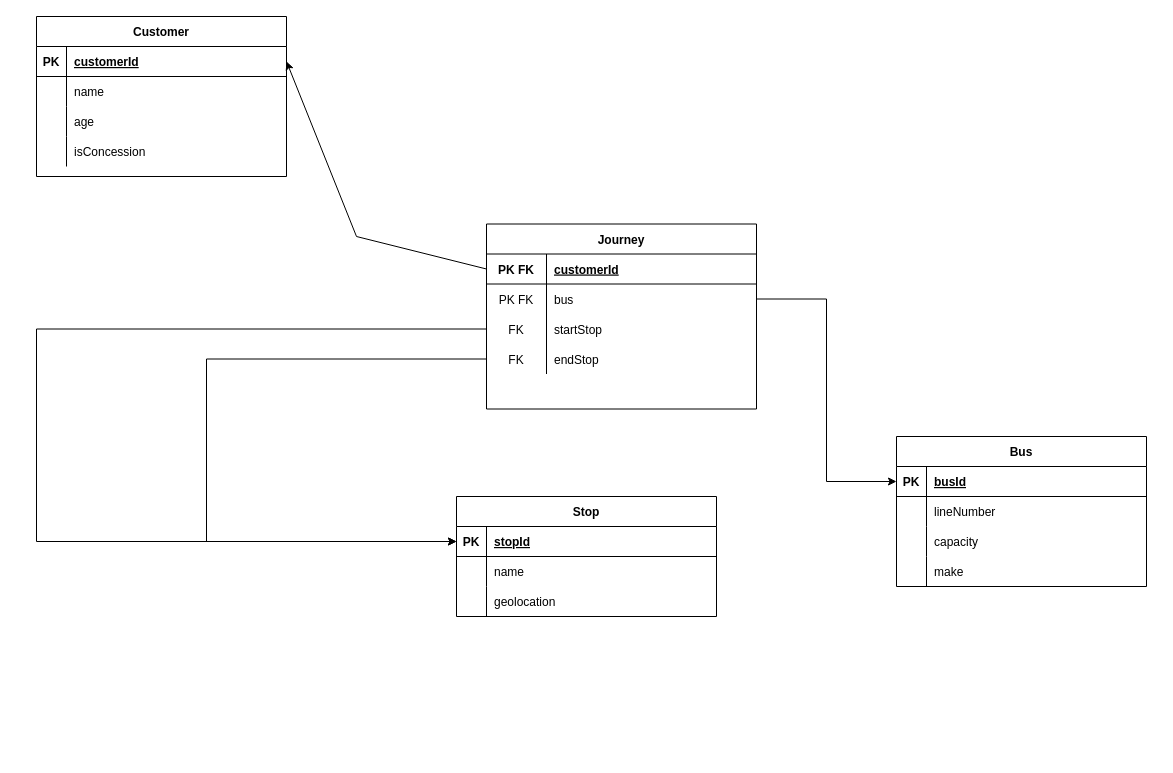
Before: Untitled Diagram.drawio in Stanford-Peng/GovHack-DynamicPricing, a draw.io diagram. Source tidied: cells renumbered, new cells numbered last; positions are measured from the earlier drawing's top-left corner, leaving out a move shared by most shapes. Both pictures are drawn from the tidied source at 100%, with x=0, y=0 at pixel (36, 16).
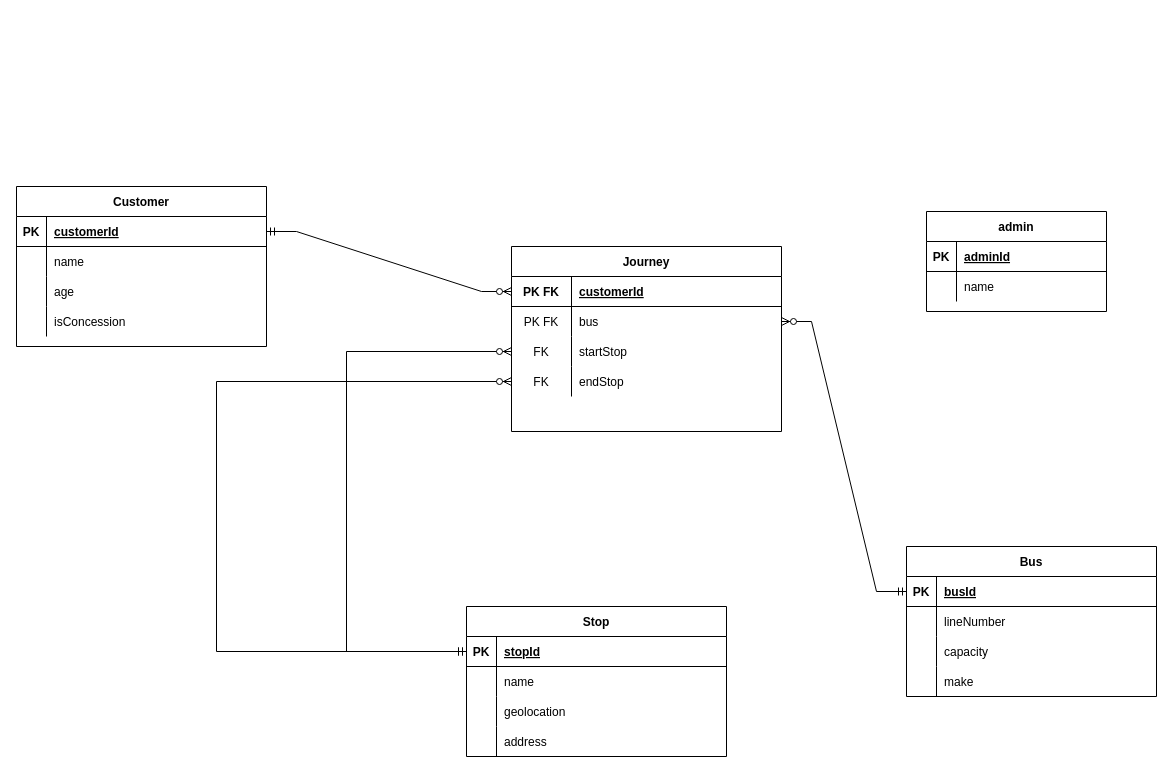
The same diagram, later.

The change refers to these unchanged cells:
```xml
<mxCell id="3" style="shape=partialRectangle;fillColor=none;points=[[0,0.5],[1,0.5]];portConstraint=eastwest;top=0;left=0;right=0;bottom=1;" parent="2" vertex="1">
  <mxGeometry y="30" width="260" height="30" as="geometry" />
</mxCell>
<mxCell id="13" style="shape=partialRectangle;fillColor=none;points=[[0,0.5],[1,0.5]];portConstraint=eastwest;top=0;left=0;right=0;bottom=1;" parent="12" vertex="1">
  <mxGeometry y="30" width="250" height="30" as="geometry" />
</mxCell>
<mxCell id="26" style="shape=partialRectangle;fillColor=none;points=[[0,0.5],[1,0.5]];portConstraint=eastwest;top=0;left=0;right=0;bottom=1;" parent="25" vertex="1">
  <mxGeometry y="30" width="270" height="30" as="geometry" />
</mxCell>
<mxCell id="29" style="shape=partialRectangle;fillColor=none;points=[[0,0.5],[1,0.5]];portConstraint=eastwest;top=0;left=0;right=0;bottom=0;" parent="25" vertex="1">
  <mxGeometry y="60" width="270" height="30" as="geometry" />
</mxCell>
<mxCell id="32" style="shape=partialRectangle;fillColor=none;points=[[0,0.5],[1,0.5]];portConstraint=eastwest;top=0;left=0;right=0;bottom=0;" parent="25" vertex="1">
  <mxGeometry y="90" width="270" height="30" as="geometry" />
</mxCell>
<mxCell id="35" style="shape=partialRectangle;fillColor=none;points=[[0,0.5],[1,0.5]];portConstraint=eastwest;top=0;left=0;right=0;bottom=0;" parent="25" vertex="1">
  <mxGeometry y="120" width="270" height="30" as="geometry" />
</mxCell>
<mxCell id="39" style="shape=partialRectangle;fillColor=none;points=[[0,0.5],[1,0.5]];portConstraint=eastwest;top=0;left=0;right=0;bottom=1;" parent="38" vertex="1">
  <mxGeometry y="30" width="250" height="30" as="geometry" />
</mxCell>
```

Change to the diagram source:
```diff
@@
     <mxCell id="2" value="Stop" style="shape=table;startSize=30;childLayout=tableLayout;rowLines=0;fontStyle=1;align=center;" parent="1" vertex="1">
-      <mxGeometry x="420" y="480" width="260" height="120" as="geometry" />
+      <mxGeometry x="430" y="590" width="260" height="150" as="geometry" />
     </mxCell>
@@
+    <mxCell id="55" style="shape=partialRectangle;fillColor=none;top=0;left=0;right=0;bottom=0;" parent="2" vertex="1">
+      <mxGeometry y="120" width="260" height="30" as="geometry" />
+    </mxCell>
+    <mxCell id="56" style="shape=partialRectangle;overflow=hidden;fillColor=none;top=0;left=0;bottom=0;right=0;" parent="55" vertex="1">
+      <mxGeometry width="30" height="30" as="geometry" />
+    </mxCell>
+    <mxCell id="57" value="address" style="shape=partialRectangle;overflow=hidden;fillColor=none;top=0;left=0;bottom=0;right=0;align=left;spacingLeft=6;" parent="55" vertex="1">
+      <mxGeometry x="30" width="230" height="30" as="geometry" />
+    </mxCell>
     <mxCell id="12" value="Bus" style="shape=table;startSize=30;childLayout=tableLayout;rowLines=0;fontStyle=1;align=center;" parent="1" vertex="1">
-      <mxGeometry x="860" y="420" width="250" height="150" as="geometry" />
+      <mxGeometry x="870" y="530" width="250" height="150" as="geometry" />
     </mxCell>
@@
     <mxCell id="25" value="Journey" style="shape=table;startSize=30;childLayout=tableLayout;rowLines=0;fontStyle=1;align=center;" parent="1" vertex="1">
-      <mxGeometry x="450" y="207.5" width="270" height="185" as="geometry" />
+      <mxGeometry x="475" y="230" width="270" height="185" as="geometry" />
     </mxCell>
@@
     <mxCell id="38" value="Customer" style="shape=table;startSize=30;childLayout=tableLayout;rowLines=0;fontStyle=1;align=center;" parent="1" vertex="1">
-      <mxGeometry width="250" height="160" as="geometry" />
+      <mxGeometry x="-20" y="170" width="250" height="160" as="geometry" />
     </mxCell>
@@
-    <mxCell id="51" style="rounded=0;jettySize=auto;html=1;exitX=0;exitY=0.5;exitDx=0;exitDy=0;entryX=1;entryY=0.5;entryDx=0;entryDy=0;" parent="1" edge="1" source="26" target="39">
-      <mxGeometry relative="1" as="geometry">
-        <Array as="points">
-          <mxPoint x="320" y="220" />
-        </Array>
-      </mxGeometry>
-    </mxCell>
-    <mxCell id="52" style="edgeStyle=orthogonalEdgeStyle;rounded=0;jettySize=auto;html=1;exitX=1;exitY=0.5;exitDx=0;exitDy=0;entryX=0;entryY=0.5;entryDx=0;entryDy=0;" parent="1" edge="1" source="29" target="13">
-      <mxGeometry relative="1" as="geometry" />
-    </mxCell>
-    <mxCell id="53" style="edgeStyle=orthogonalEdgeStyle;rounded=0;jettySize=auto;html=1;exitX=0;exitY=0.5;exitDx=0;exitDy=0;entryX=0;entryY=0.5;entryDx=0;entryDy=0;" parent="1" edge="1" source="32" target="3">
-      <mxGeometry relative="1" as="geometry">
-        <Array as="points">
-          <mxPoint y="313" />
-          <mxPoint y="525" />
-        </Array>
-      </mxGeometry>
-    </mxCell>
-    <mxCell id="54" style="edgeStyle=orthogonalEdgeStyle;rounded=0;jettySize=auto;html=1;exitX=0;exitY=0.5;exitDx=0;exitDy=0;entryX=0;entryY=0.5;entryDx=0;entryDy=0;" parent="1" edge="1" source="35" target="3">
-      <mxGeometry relative="1" as="geometry">
-        <Array as="points">
-          <mxPoint x="170" y="343" />
-          <mxPoint x="170" y="525" />
-        </Array>
-      </mxGeometry>
-    </mxCell>
+    <mxCell id="58" style="edgeStyle=entityRelationEdgeStyle;fontSize=12;html=1;endArrow=ERzeroToMany;startArrow=ERmandOne;rounded=0;exitX=1;exitY=0.5;exitDx=0;exitDy=0;" parent="1" edge="1" source="39" target="26">
+      <mxGeometry relative="1" as="geometry" />
+    </mxCell>
+    <mxCell id="59" style="edgeStyle=orthogonalEdgeStyle;fontSize=12;html=1;endArrow=ERzeroToMany;startArrow=ERmandOne;rounded=0;entryX=0;entryY=0.5;entryDx=0;entryDy=0;" parent="1" edge="1" source="3" target="32">
+      <mxGeometry relative="1" as="geometry">
+        <Array as="points">
+          <mxPoint x="310" y="635" />
+          <mxPoint x="310" y="335" />
+        </Array>
+      </mxGeometry>
+    </mxCell>
+    <mxCell id="60" style="edgeStyle=orthogonalEdgeStyle;fontSize=12;html=1;endArrow=ERzeroToMany;startArrow=ERmandOne;rounded=0;entryX=0;entryY=0.5;entryDx=0;entryDy=0;exitX=0;exitY=0.5;exitDx=0;exitDy=0;" parent="1" edge="1" source="3" target="35">
+      <mxGeometry relative="1" as="geometry">
+        <Array as="points">
+          <mxPoint x="180" y="635" />
+          <mxPoint x="180" y="365" />
+        </Array>
+      </mxGeometry>
+    </mxCell>
+    <mxCell id="61" style="edgeStyle=entityRelationEdgeStyle;fontSize=12;html=1;endArrow=ERzeroToMany;startArrow=ERmandOne;rounded=0;exitX=0;exitY=0.5;exitDx=0;exitDy=0;entryX=1;entryY=0.5;entryDx=0;entryDy=0;" parent="1" edge="1" source="13" target="29">
+      <mxGeometry relative="1" as="geometry" />
+    </mxCell>
+    <mxCell id="62" value="admin" style="shape=table;startSize=30;childLayout=tableLayout;rowLines=0;fontStyle=1;align=center;" parent="1" vertex="1">
+      <mxGeometry x="890" y="195" width="180" height="100" as="geometry" />
+    </mxCell>
+    <mxCell id="63" style="shape=tableRow;horizontal=0;startSize=0;swimlaneHead=0;swimlaneBody=0;fillColor=none;top=0;left=0;right=0;bottom=1;" parent="62" vertex="1">
+      <mxGeometry y="30" width="180" height="30" as="geometry" />
+    </mxCell>
+    <mxCell id="64" value="PK" style="shape=partialRectangle;fillColor=none;top=0;left=0;bottom=0;right=0;fontStyle=1;overflow=hidden;" parent="63" vertex="1">
+      <mxGeometry width="30" height="30" as="geometry" />
+    </mxCell>
+    <mxCell id="65" value="adminId" style="shape=partialRectangle;fillColor=none;top=0;left=0;bottom=0;right=0;align=left;spacingLeft=6;fontStyle=5;overflow=hidden;" parent="63" vertex="1">
+      <mxGeometry x="30" width="150" height="30" as="geometry" />
+    </mxCell>
+    <mxCell id="66" style="shape=tableRow;horizontal=0;startSize=0;swimlaneHead=0;swimlaneBody=0;fillColor=none;top=0;left=0;right=0;bottom=0;" parent="62" vertex="1">
+      <mxGeometry y="60" width="180" height="30" as="geometry" />
+    </mxCell>
+    <mxCell id="67" style="shape=partialRectangle;fillColor=none;top=0;left=0;bottom=0;right=0;overflow=hidden;" parent="66" vertex="1">
+      <mxGeometry width="30" height="30" as="geometry" />
+    </mxCell>
+    <mxCell id="68" value="name" style="shape=partialRectangle;fillColor=none;top=0;left=0;bottom=0;right=0;align=left;spacingLeft=6;overflow=hidden;" parent="66" vertex="1">
+      <mxGeometry x="30" width="150" height="30" as="geometry" />
+    </mxCell>
```
